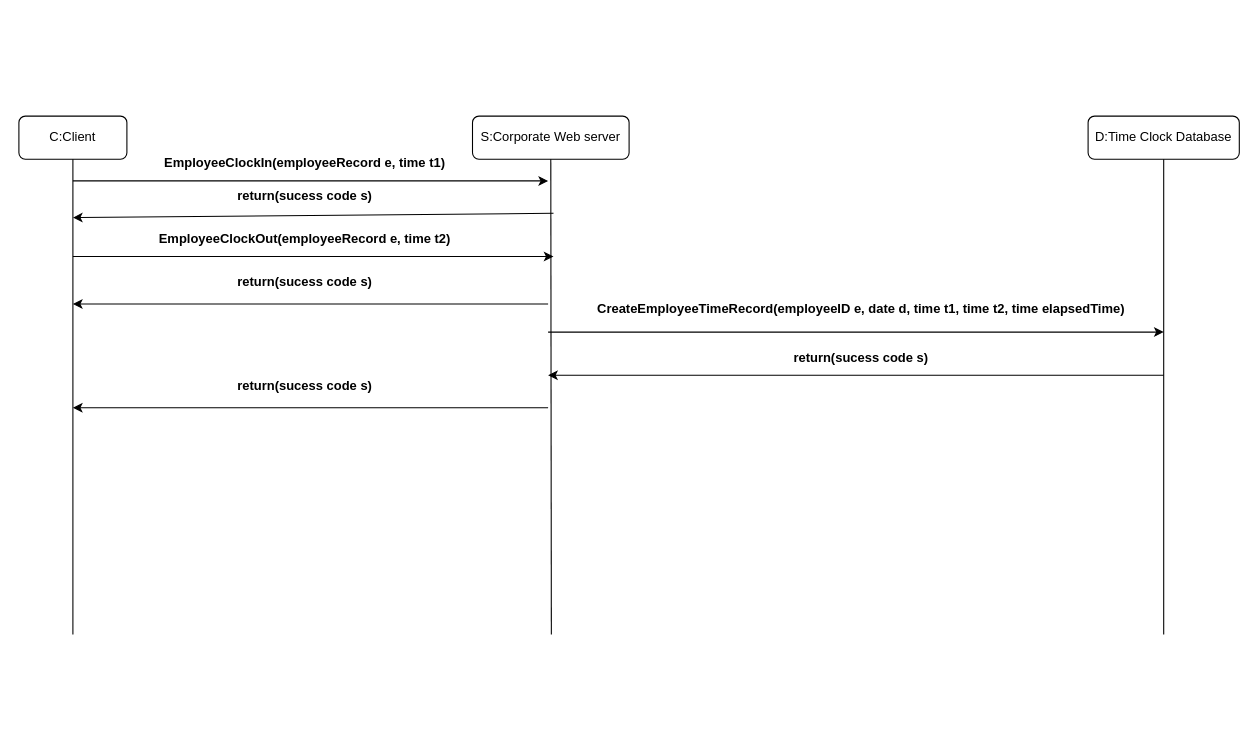
Above: H1-UML- seq1.drawio in Collinpalm/drawings (draw.io), before the change. Source tidied: cells renumbered, new cells numbered last; positions are measured from the earlier drawing's top-left corner, leaving out a move shared by most shapes. Both pictures are drawn from the tidied source at 108%, with x=0, y=0 at pixel (18, 116).
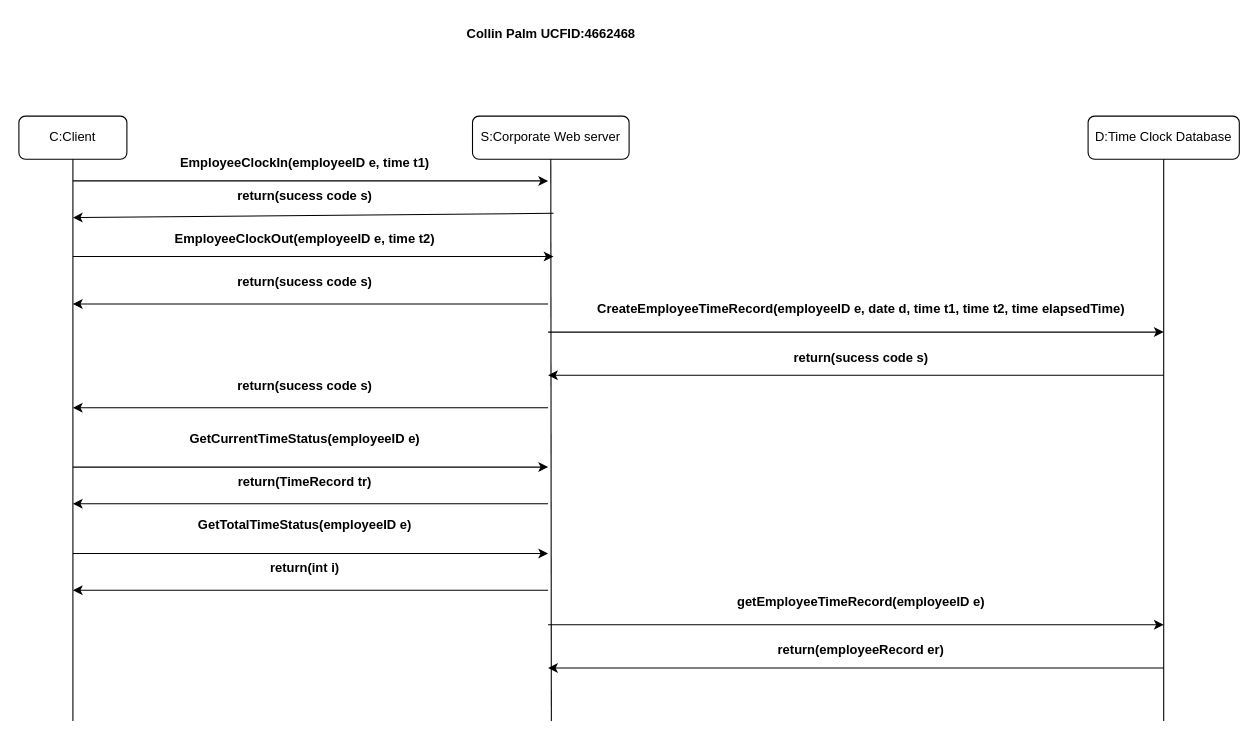
After the change.

The change refers to these unchanged cells:
```xml
<mxCell id="2" value="C:Client" style="rounded=1;whiteSpace=wrap;html=1;" parent="1" vertex="1">
  <mxGeometry width="100" height="40" as="geometry" />
</mxCell>
<mxCell id="3" value="S:Corporate Web server" style="rounded=1;whiteSpace=wrap;html=1;" parent="1" vertex="1">
  <mxGeometry x="420" width="145" height="40" as="geometry" />
</mxCell>
<mxCell id="4" value="D:Time Clock Database" style="rounded=1;whiteSpace=wrap;html=1;" parent="1" vertex="1">
  <mxGeometry x="990" width="140" height="40" as="geometry" />
</mxCell>
```

What changed in the source:
```diff
@@
     <mxCell id="5" style="endArrow=none;html=1;rounded=0;entryX=0.5;entryY=1;entryDx=0;entryDy=0;" parent="1" edge="1" target="2">
       <mxGeometry relative="1" as="geometry">
-        <mxPoint x="50" y="480" as="sourcePoint" />
+        <mxPoint x="50" y="560" as="sourcePoint" />
       </mxGeometry>
     </mxCell>
     <mxCell id="6" style="endArrow=none;html=1;rounded=0;entryX=0.5;entryY=1;entryDx=0;entryDy=0;" parent="1" edge="1" target="3">
       <mxGeometry relative="1" as="geometry">
-        <mxPoint x="493" y="480" as="sourcePoint" />
+        <mxPoint x="493" y="560" as="sourcePoint" />
       </mxGeometry>
     </mxCell>
     <mxCell id="7" style="endArrow=none;html=1;rounded=0;entryX=0.5;entryY=1;entryDx=0;entryDy=0;" parent="1" edge="1" target="4">
       <mxGeometry relative="1" as="geometry">
-        <mxPoint x="1060" y="480" as="sourcePoint" />
+        <mxPoint x="1060" y="560" as="sourcePoint" />
       </mxGeometry>
     </mxCell>
@@
-    <mxCell id="9" value="EmployeeClockIn(employeeRecord e, time t1)" style="text;align=center;fontStyle=1;verticalAlign=middle;spacingLeft=3;spacingRight=3;strokeColor=none;" parent="1" vertex="1">
+    <mxCell id="9" value="EmployeeClockIn(employeeID e, time t1)" style="text;align=center;fontStyle=1;verticalAlign=middle;spacingLeft=3;spacingRight=3;strokeColor=none;" parent="1" vertex="1">
       <mxGeometry x="220" y="30" width="90" height="26" as="geometry" />
     </mxCell>
@@
-    <mxCell id="11" value="EmployeeClockOut(employeeRecord e, time t2)" style="text;align=center;fontStyle=1;verticalAlign=middle;spacingLeft=3;spacingRight=3;strokeColor=none;" parent="1" vertex="1">
+    <mxCell id="11" value="EmployeeClockOut(employeeID e, time t2)" style="text;align=center;fontStyle=1;verticalAlign=middle;spacingLeft=3;spacingRight=3;strokeColor=none;" parent="1" vertex="1">
       <mxGeometry x="225" y="100" width="80" height="26" as="geometry" />
     </mxCell>
@@
+    <mxCell id="22" style="endArrow=classic;html=1;rounded=0;" parent="1" edge="1">
+      <mxGeometry relative="1" as="geometry">
+        <mxPoint x="50" y="325" as="sourcePoint" />
+        <mxPoint x="490" y="325" as="targetPoint" />
+      </mxGeometry>
+    </mxCell>
+    <mxCell id="23" value="GetCurrentTimeStatus(employeeID e)" style="text;align=center;fontStyle=1;verticalAlign=middle;spacingLeft=3;spacingRight=3;strokeColor=none;" parent="1" vertex="1">
+      <mxGeometry x="225" y="285" width="80" height="26" as="geometry" />
+    </mxCell>
+    <mxCell id="24" style="endArrow=classic;html=1;rounded=0;" parent="1" edge="1">
+      <mxGeometry relative="1" as="geometry">
+        <mxPoint x="490" y="359" as="sourcePoint" />
+        <mxPoint x="50" y="359" as="targetPoint" />
+      </mxGeometry>
+    </mxCell>
+    <mxCell id="25" value="return(TimeRecord tr)" style="text;align=center;fontStyle=1;verticalAlign=middle;spacingLeft=3;spacingRight=3;strokeColor=none;" parent="1" vertex="1">
+      <mxGeometry x="225" y="325" width="80" height="26" as="geometry" />
+    </mxCell>
+    <mxCell id="26" style="endArrow=classic;html=1;rounded=0;" parent="1" edge="1">
+      <mxGeometry relative="1" as="geometry">
+        <mxPoint x="50" y="405" as="sourcePoint" />
+        <mxPoint x="490" y="405" as="targetPoint" />
+      </mxGeometry>
+    </mxCell>
+    <mxCell id="27" value="GetTotalTimeStatus(employeeID e)" style="text;align=center;fontStyle=1;verticalAlign=middle;spacingLeft=3;spacingRight=3;strokeColor=none;" parent="1" vertex="1">
+      <mxGeometry x="225" y="365" width="80" height="26" as="geometry" />
+    </mxCell>
+    <mxCell id="28" style="endArrow=classic;html=1;rounded=0;" parent="1" edge="1">
+      <mxGeometry relative="1" as="geometry">
+        <mxPoint x="490" y="439" as="sourcePoint" />
+        <mxPoint x="50" y="439" as="targetPoint" />
+      </mxGeometry>
+    </mxCell>
+    <mxCell id="29" value="return(int i)" style="text;align=center;fontStyle=1;verticalAlign=middle;spacingLeft=3;spacingRight=3;strokeColor=none;" parent="1" vertex="1">
+      <mxGeometry x="225" y="405" width="80" height="26" as="geometry" />
+    </mxCell>
+    <mxCell id="30" style="endArrow=classic;html=1;rounded=0;" parent="1" edge="1">
+      <mxGeometry relative="1" as="geometry">
+        <mxPoint x="490" y="471" as="sourcePoint" />
+        <mxPoint x="1060" y="471" as="targetPoint" />
+      </mxGeometry>
+    </mxCell>
+    <mxCell id="31" value="getEmployeeTimeRecord(employeeID e)" style="text;align=center;fontStyle=1;verticalAlign=middle;spacingLeft=3;spacingRight=3;strokeColor=none;" parent="1" vertex="1">
+      <mxGeometry x="730" y="431" width="100" height="36" as="geometry" />
+    </mxCell>
+    <mxCell id="32" style="endArrow=classic;html=1;rounded=0;" parent="1" edge="1">
+      <mxGeometry relative="1" as="geometry">
+        <mxPoint x="1060" y="511" as="sourcePoint" />
+        <mxPoint x="490" y="511" as="targetPoint" />
+      </mxGeometry>
+    </mxCell>
+    <mxCell id="33" value="return(employeeRecord er)" style="text;align=center;fontStyle=1;verticalAlign=middle;spacingLeft=3;spacingRight=3;strokeColor=none;" parent="1" vertex="1">
+      <mxGeometry x="740" y="481" width="80" height="26" as="geometry" />
+    </mxCell>
+    <mxCell id="34" value="Collin Palm UCFID:4662468" style="text;align=center;fontStyle=1;verticalAlign=middle;spacingLeft=3;spacingRight=3;strokeColor=none;" parent="1" vertex="1">
+      <mxGeometry x="453" y="-90" width="80" height="26" as="geometry" />
+    </mxCell>
```
